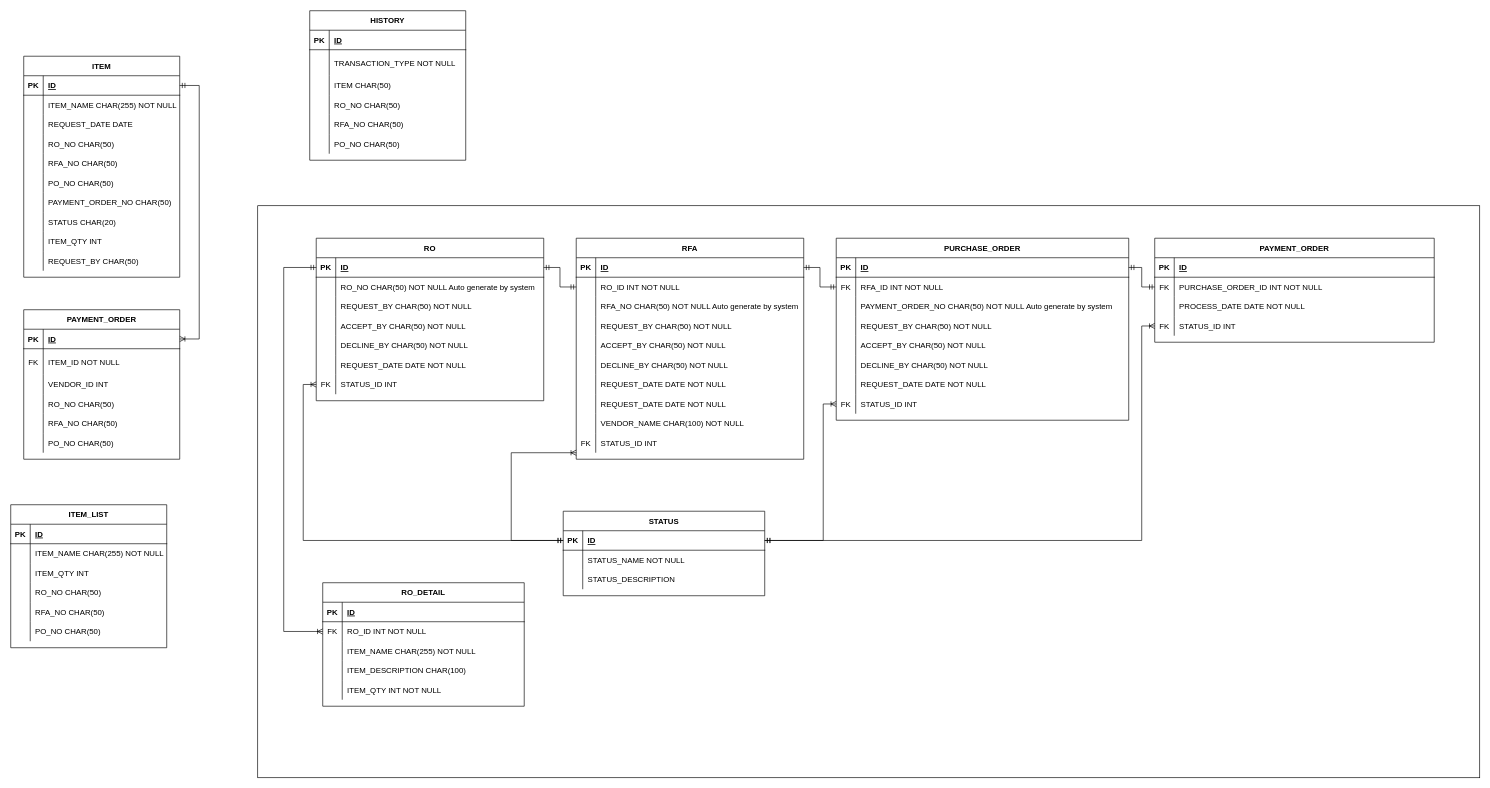
Earlier version of the draw.io diagram Glovis-DB-Design.drawio (johanjah/rfa-db-design). Source tidied: cells renumbered, new cells numbered last; positions are measured from the earlier drawing's top-left corner, leaving out a move shared by most shapes. Both pictures are drawn from the tidied source at 65%, with x=0, y=0 at pixel (10, 10).
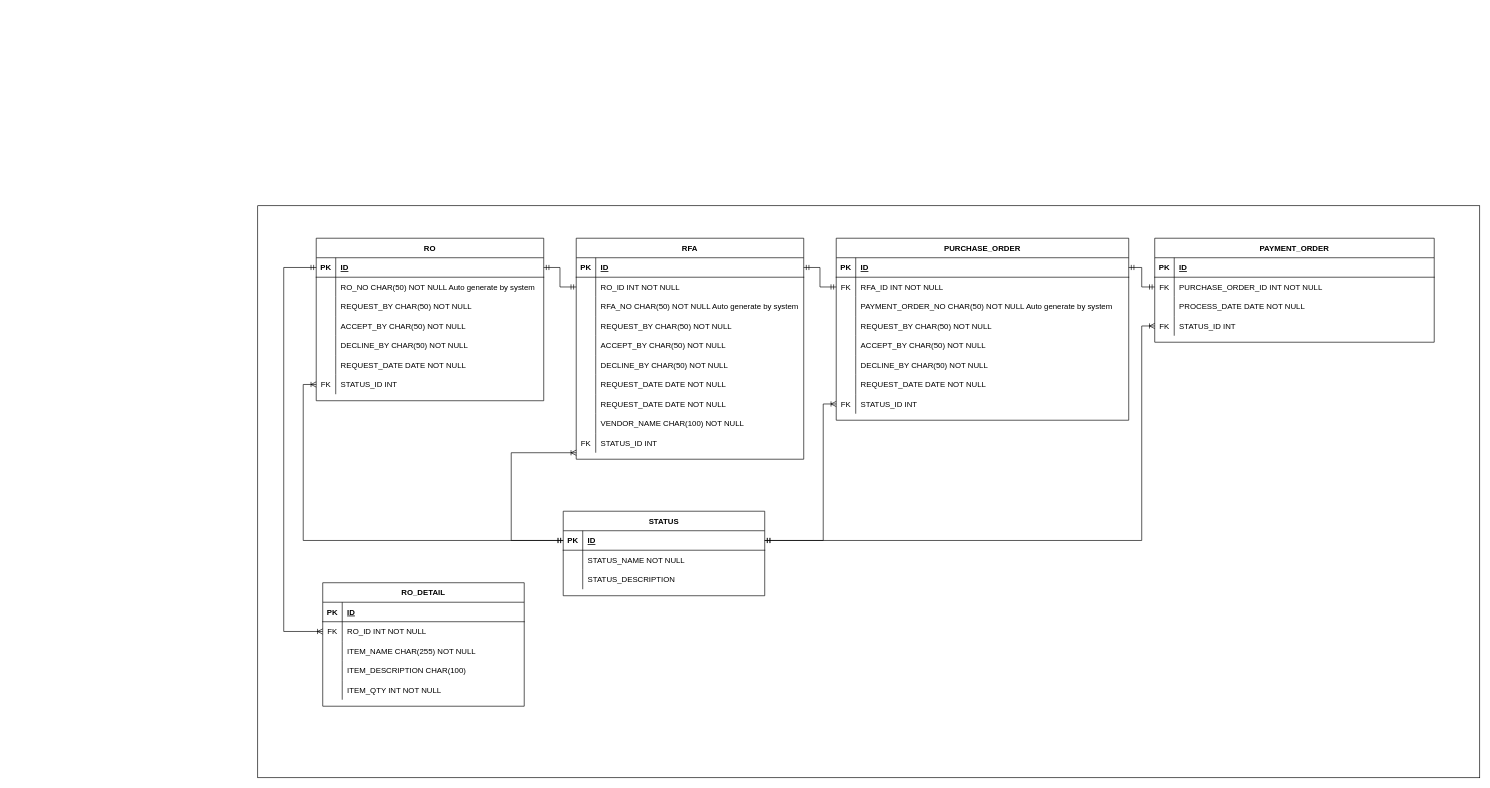
Above is the later version.

Change to the diagram source:
```diff
@@
-    <mxCell id="3" value="ITEM" style="shape=table;startSize=30;childLayout=tableLayout;rowLines=0;fontStyle=1;align=center;" parent="1" vertex="1">
-      <mxGeometry x="20" y="70" width="240" height="340" as="geometry" />
-    </mxCell>
-    <mxCell id="4" style="shape=tableRow;horizontal=0;startSize=0;swimlaneHead=0;swimlaneBody=0;fillColor=none;points=[[0,0.5],[1,0.5]];portConstraint=eastwest;top=0;left=0;right=0;bottom=1;" parent="3" vertex="1">
-      <mxGeometry y="30" width="240" height="30" as="geometry" />
-    </mxCell>
-    <mxCell id="5" value="PK" style="shape=partialRectangle;fillColor=none;top=0;left=0;bottom=0;right=0;fontStyle=1;overflow=hidden;" parent="4" vertex="1">
-      <mxGeometry width="30" height="30" as="geometry" />
-    </mxCell>
-    <mxCell id="6" value="ID" style="shape=partialRectangle;fillColor=none;top=0;left=0;bottom=0;right=0;align=left;spacingLeft=6;fontStyle=5;overflow=hidden;" parent="4" vertex="1">
-      <mxGeometry x="30" width="210" height="30" as="geometry" />
-    </mxCell>
-    <mxCell id="7" style="shape=tableRow;horizontal=0;startSize=0;swimlaneHead=0;swimlaneBody=0;fillColor=none;top=0;left=0;right=0;bottom=0;" parent="3" vertex="1">
-      <mxGeometry y="60" width="240" height="30" as="geometry" />
-    </mxCell>
-    <mxCell id="8" style="shape=partialRectangle;fillColor=none;top=0;left=0;bottom=0;right=0;overflow=hidden;" parent="7" vertex="1">
-      <mxGeometry width="30" height="30" as="geometry" />
-    </mxCell>
-    <mxCell id="9" value="ITEM_NAME CHAR(255) NOT NULL" style="shape=partialRectangle;fillColor=none;top=0;left=0;bottom=0;right=0;align=left;spacingLeft=6;overflow=hidden;" parent="7" vertex="1">
-      <mxGeometry x="30" width="210" height="30" as="geometry" />
-    </mxCell>
-    <mxCell id="10" style="shape=tableRow;horizontal=0;startSize=0;swimlaneHead=0;swimlaneBody=0;fillColor=none;top=0;left=0;right=0;bottom=0;" parent="3" vertex="1">
-      <mxGeometry y="90" width="240" height="30" as="geometry" />
-    </mxCell>
-    <mxCell id="11" style="shape=partialRectangle;fillColor=none;top=0;left=0;bottom=0;right=0;overflow=hidden;" parent="10" vertex="1">
-      <mxGeometry width="30" height="30" as="geometry" />
-    </mxCell>
-    <mxCell id="12" value="REQUEST_DATE DATE" style="shape=partialRectangle;fillColor=none;top=0;left=0;bottom=0;right=0;align=left;spacingLeft=6;overflow=hidden;" parent="10" vertex="1">
-      <mxGeometry x="30" width="210" height="30" as="geometry" />
-    </mxCell>
-    <mxCell id="13" style="shape=tableRow;horizontal=0;startSize=0;swimlaneHead=0;swimlaneBody=0;fillColor=none;top=0;left=0;right=0;bottom=0;" parent="3" vertex="1">
-      <mxGeometry y="120" width="240" height="30" as="geometry" />
-    </mxCell>
-    <mxCell id="14" style="shape=partialRectangle;fillColor=none;top=0;left=0;bottom=0;right=0;overflow=hidden;" parent="13" vertex="1">
-      <mxGeometry width="30" height="30" as="geometry" />
-    </mxCell>
-    <mxCell id="15" value="RO_NO CHAR(50)" style="shape=partialRectangle;fillColor=none;top=0;left=0;bottom=0;right=0;align=left;spacingLeft=6;overflow=hidden;" parent="13" vertex="1">
-      <mxGeometry x="30" width="210" height="30" as="geometry" />
-    </mxCell>
-    <mxCell id="16" style="shape=tableRow;horizontal=0;startSize=0;swimlaneHead=0;swimlaneBody=0;fillColor=none;top=0;left=0;right=0;bottom=0;" parent="3" vertex="1">
-      <mxGeometry y="150" width="240" height="30" as="geometry" />
-    </mxCell>
-    <mxCell id="17" style="shape=partialRectangle;fillColor=none;top=0;left=0;bottom=0;right=0;overflow=hidden;" parent="16" vertex="1">
-      <mxGeometry width="30" height="30" as="geometry" />
-    </mxCell>
-    <mxCell id="18" value="RFA_NO CHAR(50)" style="shape=partialRectangle;fillColor=none;top=0;left=0;bottom=0;right=0;align=left;spacingLeft=6;overflow=hidden;" parent="16" vertex="1">
-      <mxGeometry x="30" width="210" height="30" as="geometry" />
-    </mxCell>
-    <mxCell id="19" style="shape=tableRow;horizontal=0;startSize=0;swimlaneHead=0;swimlaneBody=0;fillColor=none;top=0;left=0;right=0;bottom=0;" parent="3" vertex="1">
-      <mxGeometry y="180" width="240" height="30" as="geometry" />
-    </mxCell>
-    <mxCell id="20" style="shape=partialRectangle;fillColor=none;top=0;left=0;bottom=0;right=0;overflow=hidden;" parent="19" vertex="1">
-      <mxGeometry width="30" height="30" as="geometry" />
-    </mxCell>
-    <mxCell id="21" value="PO_NO CHAR(50)" style="shape=partialRectangle;fillColor=none;top=0;left=0;bottom=0;right=0;align=left;spacingLeft=6;overflow=hidden;" parent="19" vertex="1">
-      <mxGeometry x="30" width="210" height="30" as="geometry" />
-    </mxCell>
-    <mxCell id="22" style="shape=tableRow;horizontal=0;startSize=0;swimlaneHead=0;swimlaneBody=0;fillColor=none;top=0;left=0;right=0;bottom=0;" parent="3" vertex="1">
-      <mxGeometry y="210" width="240" height="30" as="geometry" />
-    </mxCell>
-    <mxCell id="23" style="shape=partialRectangle;fillColor=none;top=0;left=0;bottom=0;right=0;overflow=hidden;" parent="22" vertex="1">
-      <mxGeometry width="30" height="30" as="geometry" />
-    </mxCell>
-    <mxCell id="24" value="PAYMENT_ORDER_NO CHAR(50)" style="shape=partialRectangle;fillColor=none;top=0;left=0;bottom=0;right=0;align=left;spacingLeft=6;overflow=hidden;" parent="22" vertex="1">
-      <mxGeometry x="30" width="210" height="30" as="geometry" />
-    </mxCell>
-    <mxCell id="25" style="shape=tableRow;horizontal=0;startSize=0;swimlaneHead=0;swimlaneBody=0;fillColor=none;top=0;left=0;right=0;bottom=0;" parent="3" vertex="1">
-      <mxGeometry y="240" width="240" height="30" as="geometry" />
-    </mxCell>
-    <mxCell id="26" style="shape=partialRectangle;fillColor=none;top=0;left=0;bottom=0;right=0;overflow=hidden;" parent="25" vertex="1">
-      <mxGeometry width="30" height="30" as="geometry" />
-    </mxCell>
-    <mxCell id="27" value="STATUS CHAR(20)" style="shape=partialRectangle;fillColor=none;top=0;left=0;bottom=0;right=0;align=left;spacingLeft=6;overflow=hidden;" parent="25" vertex="1">
-      <mxGeometry x="30" width="210" height="30" as="geometry" />
-    </mxCell>
-    <mxCell id="28" style="shape=tableRow;horizontal=0;startSize=0;swimlaneHead=0;swimlaneBody=0;fillColor=none;top=0;left=0;right=0;bottom=0;" parent="3" vertex="1">
-      <mxGeometry y="270" width="240" height="30" as="geometry" />
-    </mxCell>
-    <mxCell id="29" style="shape=partialRectangle;fillColor=none;top=0;left=0;bottom=0;right=0;overflow=hidden;" parent="28" vertex="1">
-      <mxGeometry width="30" height="30" as="geometry" />
-    </mxCell>
-    <mxCell id="30" value="ITEM_QTY INT" style="shape=partialRectangle;fillColor=none;top=0;left=0;bottom=0;right=0;align=left;spacingLeft=6;overflow=hidden;" parent="28" vertex="1">
-      <mxGeometry x="30" width="210" height="30" as="geometry" />
-    </mxCell>
-    <mxCell id="31" style="shape=tableRow;horizontal=0;startSize=0;swimlaneHead=0;swimlaneBody=0;fillColor=none;top=0;left=0;right=0;bottom=0;" parent="3" vertex="1">
-      <mxGeometry y="300" width="240" height="30" as="geometry" />
-    </mxCell>
-    <mxCell id="32" style="shape=partialRectangle;fillColor=none;top=0;left=0;bottom=0;right=0;overflow=hidden;" parent="31" vertex="1">
-      <mxGeometry width="30" height="30" as="geometry" />
-    </mxCell>
-    <mxCell id="33" value="REQUEST_BY CHAR(50)" style="shape=partialRectangle;fillColor=none;top=0;left=0;bottom=0;right=0;align=left;spacingLeft=6;overflow=hidden;" parent="31" vertex="1">
-      <mxGeometry x="30" width="210" height="30" as="geometry" />
-    </mxCell>
-    <mxCell id="34" value="ITEM_LIST" style="shape=table;startSize=30;childLayout=tableLayout;rowLines=0;fontStyle=1;align=center;" parent="1" vertex="1">
-      <mxGeometry y="760" width="240" height="220" as="geometry" />
-    </mxCell>
-    <mxCell id="35" style="shape=tableRow;horizontal=0;startSize=0;swimlaneHead=0;swimlaneBody=0;fillColor=none;top=0;left=0;right=0;bottom=1;" parent="34" vertex="1">
-      <mxGeometry y="30" width="240" height="30" as="geometry" />
-    </mxCell>
-    <mxCell id="36" value="PK" style="shape=partialRectangle;fillColor=none;top=0;left=0;bottom=0;right=0;fontStyle=1;overflow=hidden;" parent="35" vertex="1">
-      <mxGeometry width="30" height="30" as="geometry" />
-    </mxCell>
-    <mxCell id="37" value="ID" style="shape=partialRectangle;fillColor=none;top=0;left=0;bottom=0;right=0;align=left;spacingLeft=6;fontStyle=5;overflow=hidden;" parent="35" vertex="1">
-      <mxGeometry x="30" width="210" height="30" as="geometry" />
-    </mxCell>
-    <mxCell id="38" style="shape=tableRow;horizontal=0;startSize=0;swimlaneHead=0;swimlaneBody=0;fillColor=none;top=0;left=0;right=0;bottom=0;" parent="34" vertex="1">
-      <mxGeometry y="60" width="240" height="30" as="geometry" />
-    </mxCell>
-    <mxCell id="39" style="shape=partialRectangle;fillColor=none;top=0;left=0;bottom=0;right=0;overflow=hidden;" parent="38" vertex="1">
-      <mxGeometry width="30" height="30" as="geometry" />
-    </mxCell>
-    <mxCell id="40" value="ITEM_NAME CHAR(255) NOT NULL" style="shape=partialRectangle;fillColor=none;top=0;left=0;bottom=0;right=0;align=left;spacingLeft=6;overflow=hidden;" parent="38" vertex="1">
-      <mxGeometry x="30" width="210" height="30" as="geometry" />
-    </mxCell>
-    <mxCell id="41" style="shape=tableRow;horizontal=0;startSize=0;swimlaneHead=0;swimlaneBody=0;fillColor=none;top=0;left=0;right=0;bottom=0;" parent="34" vertex="1">
-      <mxGeometry y="90" width="240" height="30" as="geometry" />
-    </mxCell>
-    <mxCell id="42" style="shape=partialRectangle;fillColor=none;top=0;left=0;bottom=0;right=0;overflow=hidden;" parent="41" vertex="1">
-      <mxGeometry width="30" height="30" as="geometry" />
-    </mxCell>
-    <mxCell id="43" value="ITEM_QTY INT" style="shape=partialRectangle;fillColor=none;top=0;left=0;bottom=0;right=0;align=left;spacingLeft=6;overflow=hidden;" parent="41" vertex="1">
-      <mxGeometry x="30" width="210" height="30" as="geometry" />
-    </mxCell>
-    <mxCell id="44" style="shape=tableRow;horizontal=0;startSize=0;swimlaneHead=0;swimlaneBody=0;fillColor=none;top=0;left=0;right=0;bottom=0;" parent="34" vertex="1">
-      <mxGeometry y="120" width="240" height="30" as="geometry" />
-    </mxCell>
-    <mxCell id="45" style="shape=partialRectangle;fillColor=none;top=0;left=0;bottom=0;right=0;overflow=hidden;" parent="44" vertex="1">
-      <mxGeometry width="30" height="30" as="geometry" />
-    </mxCell>
-    <mxCell id="46" value="RO_NO CHAR(50)" style="shape=partialRectangle;fillColor=none;top=0;left=0;bottom=0;right=0;align=left;spacingLeft=6;overflow=hidden;" parent="44" vertex="1">
-      <mxGeometry x="30" width="210" height="30" as="geometry" />
-    </mxCell>
-    <mxCell id="47" style="shape=tableRow;horizontal=0;startSize=0;swimlaneHead=0;swimlaneBody=0;fillColor=none;top=0;left=0;right=0;bottom=0;" parent="34" vertex="1">
-      <mxGeometry y="150" width="240" height="30" as="geometry" />
-    </mxCell>
-    <mxCell id="48" style="shape=partialRectangle;fillColor=none;top=0;left=0;bottom=0;right=0;overflow=hidden;" parent="47" vertex="1">
-      <mxGeometry width="30" height="30" as="geometry" />
-    </mxCell>
-    <mxCell id="49" value="RFA_NO CHAR(50)" style="shape=partialRectangle;fillColor=none;top=0;left=0;bottom=0;right=0;align=left;spacingLeft=6;overflow=hidden;" parent="47" vertex="1">
-      <mxGeometry x="30" width="210" height="30" as="geometry" />
-    </mxCell>
-    <mxCell id="50" style="shape=tableRow;horizontal=0;startSize=0;swimlaneHead=0;swimlaneBody=0;fillColor=none;top=0;left=0;right=0;bottom=0;" parent="34" vertex="1">
-      <mxGeometry y="180" width="240" height="30" as="geometry" />
-    </mxCell>
-    <mxCell id="51" style="shape=partialRectangle;fillColor=none;top=0;left=0;bottom=0;right=0;overflow=hidden;" parent="50" vertex="1">
-      <mxGeometry width="30" height="30" as="geometry" />
-    </mxCell>
-    <mxCell id="52" value="PO_NO CHAR(50)" style="shape=partialRectangle;fillColor=none;top=0;left=0;bottom=0;right=0;align=left;spacingLeft=6;overflow=hidden;" parent="50" vertex="1">
-      <mxGeometry x="30" width="210" height="30" as="geometry" />
-    </mxCell>
-    <mxCell id="53" value="PAYMENT_ORDER" style="shape=table;startSize=30;childLayout=tableLayout;rowLines=0;fontStyle=1;align=center;" parent="1" vertex="1">
-      <mxGeometry x="20" y="460" width="240" height="230" as="geometry" />
-    </mxCell>
-    <mxCell id="54" style="shape=tableRow;horizontal=0;startSize=0;swimlaneHead=0;swimlaneBody=0;fillColor=none;points=[[0,0.5],[1,0.5]];portConstraint=eastwest;top=0;left=0;right=0;bottom=1;" parent="53" vertex="1">
-      <mxGeometry y="30" width="240" height="30" as="geometry" />
-    </mxCell>
-    <mxCell id="55" value="PK" style="shape=partialRectangle;fillColor=none;top=0;left=0;bottom=0;right=0;fontStyle=1;overflow=hidden;" parent="54" vertex="1">
-      <mxGeometry width="30" height="30" as="geometry" />
-    </mxCell>
-    <mxCell id="56" value="ID" style="shape=partialRectangle;fillColor=none;top=0;left=0;bottom=0;right=0;align=left;spacingLeft=6;fontStyle=5;overflow=hidden;" parent="54" vertex="1">
-      <mxGeometry x="30" width="210" height="30" as="geometry" />
-    </mxCell>
-    <mxCell id="57" style="shape=tableRow;horizontal=0;startSize=0;swimlaneHead=0;swimlaneBody=0;fillColor=none;top=0;left=0;right=0;bottom=0;" parent="53" vertex="1">
-      <mxGeometry y="60" width="240" height="40" as="geometry" />
-    </mxCell>
-    <mxCell id="58" value="FK" style="shape=partialRectangle;fillColor=none;top=0;left=0;bottom=0;right=0;overflow=hidden;" parent="57" vertex="1">
-      <mxGeometry width="30" height="40" as="geometry" />
-    </mxCell>
-    <mxCell id="59" value="ITEM_ID NOT NULL" style="shape=partialRectangle;fillColor=none;top=0;left=0;bottom=0;right=0;align=left;spacingLeft=6;overflow=hidden;" parent="57" vertex="1">
-      <mxGeometry x="30" width="210" height="40" as="geometry" />
-    </mxCell>
-    <mxCell id="60" style="shape=tableRow;horizontal=0;startSize=0;swimlaneHead=0;swimlaneBody=0;fillColor=none;top=0;left=0;right=0;bottom=0;" parent="53" vertex="1">
-      <mxGeometry y="100" width="240" height="30" as="geometry" />
-    </mxCell>
-    <mxCell id="61" style="shape=partialRectangle;fillColor=none;top=0;left=0;bottom=0;right=0;overflow=hidden;" parent="60" vertex="1">
-      <mxGeometry width="30" height="30" as="geometry" />
-    </mxCell>
-    <mxCell id="62" value="VENDOR_ID INT" style="shape=partialRectangle;fillColor=none;top=0;left=0;bottom=0;right=0;align=left;spacingLeft=6;overflow=hidden;" parent="60" vertex="1">
-      <mxGeometry x="30" width="210" height="30" as="geometry" />
-    </mxCell>
-    <mxCell id="63" style="shape=tableRow;horizontal=0;startSize=0;swimlaneHead=0;swimlaneBody=0;fillColor=none;top=0;left=0;right=0;bottom=0;" parent="53" vertex="1">
-      <mxGeometry y="130" width="240" height="30" as="geometry" />
-    </mxCell>
-    <mxCell id="64" style="shape=partialRectangle;fillColor=none;top=0;left=0;bottom=0;right=0;overflow=hidden;" parent="63" vertex="1">
-      <mxGeometry width="30" height="30" as="geometry" />
-    </mxCell>
-    <mxCell id="65" value="RO_NO CHAR(50)" style="shape=partialRectangle;fillColor=none;top=0;left=0;bottom=0;right=0;align=left;spacingLeft=6;overflow=hidden;" parent="63" vertex="1">
-      <mxGeometry x="30" width="210" height="30" as="geometry" />
-    </mxCell>
-    <mxCell id="66" style="shape=tableRow;horizontal=0;startSize=0;swimlaneHead=0;swimlaneBody=0;fillColor=none;top=0;left=0;right=0;bottom=0;" parent="53" vertex="1">
-      <mxGeometry y="160" width="240" height="30" as="geometry" />
-    </mxCell>
-    <mxCell id="67" style="shape=partialRectangle;fillColor=none;top=0;left=0;bottom=0;right=0;overflow=hidden;" parent="66" vertex="1">
-      <mxGeometry width="30" height="30" as="geometry" />
-    </mxCell>
-    <mxCell id="68" value="RFA_NO CHAR(50)" style="shape=partialRectangle;fillColor=none;top=0;left=0;bottom=0;right=0;align=left;spacingLeft=6;overflow=hidden;" parent="66" vertex="1">
-      <mxGeometry x="30" width="210" height="30" as="geometry" />
-    </mxCell>
-    <mxCell id="69" style="shape=tableRow;horizontal=0;startSize=0;swimlaneHead=0;swimlaneBody=0;fillColor=none;top=0;left=0;right=0;bottom=0;" parent="53" vertex="1">
-      <mxGeometry y="190" width="240" height="30" as="geometry" />
-    </mxCell>
-    <mxCell id="70" style="shape=partialRectangle;fillColor=none;top=0;left=0;bottom=0;right=0;overflow=hidden;" parent="69" vertex="1">
-      <mxGeometry width="30" height="30" as="geometry" />
-    </mxCell>
-    <mxCell id="71" value="PO_NO CHAR(50)" style="shape=partialRectangle;fillColor=none;top=0;left=0;bottom=0;right=0;align=left;spacingLeft=6;overflow=hidden;" parent="69" vertex="1">
-      <mxGeometry x="30" width="210" height="30" as="geometry" />
-    </mxCell>
-    <mxCell id="72" value="HISTORY" style="shape=table;startSize=30;childLayout=tableLayout;rowLines=0;fontStyle=1;align=center;" parent="1" vertex="1">
-      <mxGeometry x="460" width="240" height="230" as="geometry" />
-    </mxCell>
-    <mxCell id="73" style="shape=tableRow;horizontal=0;startSize=0;swimlaneHead=0;swimlaneBody=0;fillColor=none;top=0;left=0;right=0;bottom=1;" parent="72" vertex="1">
-      <mxGeometry y="30" width="240" height="30" as="geometry" />
-    </mxCell>
-    <mxCell id="74" value="PK" style="shape=partialRectangle;fillColor=none;top=0;left=0;bottom=0;right=0;fontStyle=1;overflow=hidden;" parent="73" vertex="1">
-      <mxGeometry width="30" height="30" as="geometry" />
-    </mxCell>
-    <mxCell id="75" value="ID" style="shape=partialRectangle;fillColor=none;top=0;left=0;bottom=0;right=0;align=left;spacingLeft=6;fontStyle=5;overflow=hidden;" parent="73" vertex="1">
-      <mxGeometry x="30" width="210" height="30" as="geometry" />
-    </mxCell>
-    <mxCell id="76" style="shape=tableRow;horizontal=0;startSize=0;swimlaneHead=0;swimlaneBody=0;fillColor=none;top=0;left=0;right=0;bottom=0;" parent="72" vertex="1">
-      <mxGeometry y="60" width="240" height="40" as="geometry" />
-    </mxCell>
-    <mxCell id="77" style="shape=partialRectangle;fillColor=none;top=0;left=0;bottom=0;right=0;overflow=hidden;" parent="76" vertex="1">
-      <mxGeometry width="30" height="40" as="geometry" />
-    </mxCell>
-    <mxCell id="78" value="TRANSACTION_TYPE NOT NULL" style="shape=partialRectangle;fillColor=none;top=0;left=0;bottom=0;right=0;align=left;spacingLeft=6;overflow=hidden;" parent="76" vertex="1">
-      <mxGeometry x="30" width="210" height="40" as="geometry" />
-    </mxCell>
-    <mxCell id="79" style="shape=tableRow;horizontal=0;startSize=0;swimlaneHead=0;swimlaneBody=0;fillColor=none;top=0;left=0;right=0;bottom=0;" parent="72" vertex="1">
-      <mxGeometry y="100" width="240" height="30" as="geometry" />
-    </mxCell>
-    <mxCell id="80" style="shape=partialRectangle;fillColor=none;top=0;left=0;bottom=0;right=0;overflow=hidden;" parent="79" vertex="1">
-      <mxGeometry width="30" height="30" as="geometry" />
-    </mxCell>
-    <mxCell id="81" value="ITEM CHAR(50) " style="shape=partialRectangle;fillColor=none;top=0;left=0;bottom=0;right=0;align=left;spacingLeft=6;overflow=hidden;" parent="79" vertex="1">
-      <mxGeometry x="30" width="210" height="30" as="geometry" />
-    </mxCell>
-    <mxCell id="82" style="shape=tableRow;horizontal=0;startSize=0;swimlaneHead=0;swimlaneBody=0;fillColor=none;top=0;left=0;right=0;bottom=0;" parent="72" vertex="1">
-      <mxGeometry y="130" width="240" height="30" as="geometry" />
-    </mxCell>
-    <mxCell id="83" style="shape=partialRectangle;fillColor=none;top=0;left=0;bottom=0;right=0;overflow=hidden;" parent="82" vertex="1">
-      <mxGeometry width="30" height="30" as="geometry" />
-    </mxCell>
-    <mxCell id="84" value="RO_NO CHAR(50)" style="shape=partialRectangle;fillColor=none;top=0;left=0;bottom=0;right=0;align=left;spacingLeft=6;overflow=hidden;" parent="82" vertex="1">
-      <mxGeometry x="30" width="210" height="30" as="geometry" />
-    </mxCell>
-    <mxCell id="85" style="shape=tableRow;horizontal=0;startSize=0;swimlaneHead=0;swimlaneBody=0;fillColor=none;top=0;left=0;right=0;bottom=0;" parent="72" vertex="1">
-      <mxGeometry y="160" width="240" height="30" as="geometry" />
-    </mxCell>
-    <mxCell id="86" style="shape=partialRectangle;fillColor=none;top=0;left=0;bottom=0;right=0;overflow=hidden;" parent="85" vertex="1">
-      <mxGeometry width="30" height="30" as="geometry" />
-    </mxCell>
-    <mxCell id="87" value="RFA_NO CHAR(50)" style="shape=partialRectangle;fillColor=none;top=0;left=0;bottom=0;right=0;align=left;spacingLeft=6;overflow=hidden;" parent="85" vertex="1">
-      <mxGeometry x="30" width="210" height="30" as="geometry" />
-    </mxCell>
-    <mxCell id="88" style="shape=tableRow;horizontal=0;startSize=0;swimlaneHead=0;swimlaneBody=0;fillColor=none;top=0;left=0;right=0;bottom=0;" parent="72" vertex="1">
-      <mxGeometry y="190" width="240" height="30" as="geometry" />
-    </mxCell>
-    <mxCell id="89" style="shape=partialRectangle;fillColor=none;top=0;left=0;bottom=0;right=0;overflow=hidden;" parent="88" vertex="1">
-      <mxGeometry width="30" height="30" as="geometry" />
-    </mxCell>
-    <mxCell id="90" value="PO_NO CHAR(50)" style="shape=partialRectangle;fillColor=none;top=0;left=0;bottom=0;right=0;align=left;spacingLeft=6;overflow=hidden;" parent="88" vertex="1">
-      <mxGeometry x="30" width="210" height="30" as="geometry" />
-    </mxCell>
-    <mxCell id="91" style="edgeStyle=entityRelationEdgeStyle;fontSize=12;html=1;endArrow=ERoneToMany;startArrow=ERmandOne;rounded=0;" parent="1" edge="1" source="4" target="54">
-      <mxGeometry relative="1" as="geometry" />
-    </mxCell>
```
